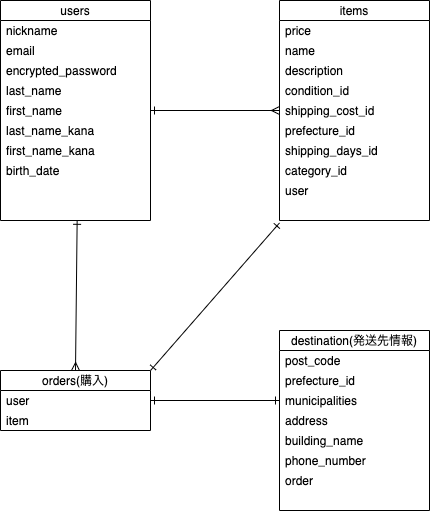
Before: ER.drawio.png, a diagram exported from draw.io (gaki-h/furima-37405). Source tidied: cells renumbered, new cells last; positions are measured from the earlier drawing's top-left corner, leaving out a move shared by most shapes.
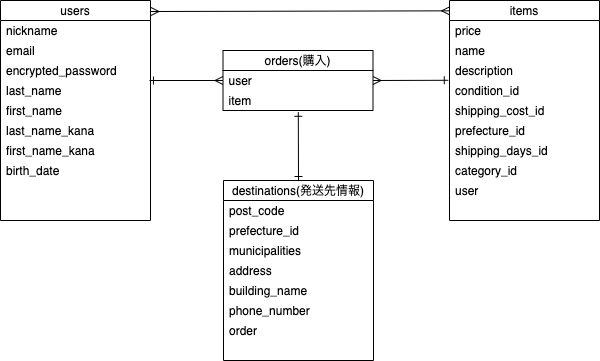
After the commit.

Change to the diagram source:
```diff
@@ -2,9 +2,6 @@
   <root>
     <mxCell id="0" />
     <mxCell id="1" parent="0" />
-    <mxCell id="2" style="edgeStyle=none;html=1;exitX=1;exitY=0.5;exitDx=0;exitDy=0;entryX=0;entryY=0.5;entryDx=0;entryDy=0;startArrow=ERone;startFill=0;endArrow=ERmany;endFill=0;elbow=vertical;" parent="1" edge="1" source="3" target="19">
-      <mxGeometry relative="1" as="geometry" />
-    </mxCell>
     <mxCell id="3" value="users" style="swimlane;fontStyle=0;horizontal=1;startSize=20;" parent="1" vertex="1">
       <mxGeometry width="150" height="220" as="geometry" />
     </mxCell>
@@ -39,7 +36,7 @@
       <mxGeometry y="200" width="150" height="20" as="geometry" />
     </mxCell>
     <mxCell id="14" value="items" style="swimlane;fontStyle=0;horizontal=1;startSize=20;" parent="1" vertex="1">
-      <mxGeometry x="279" width="150" height="220" as="geometry" />
+      <mxGeometry x="449" width="150" height="220" as="geometry" />
     </mxCell>
     <mxCell id="15" value="price" style="text;strokeColor=none;fillColor=none;align=left;verticalAlign=middle;spacingLeft=4;spacingRight=4;overflow=hidden;" parent="14" vertex="1">
       <mxGeometry y="20" width="150" height="20" as="geometry" />
@@ -71,8 +68,11 @@
     <mxCell id="24" style="text;strokeColor=none;fillColor=none;align=left;verticalAlign=middle;spacingLeft=4;spacingRight=4;overflow=hidden;points=[[0,0.5],[1,0.5]];portConstraint=eastwest;" parent="14" vertex="1">
       <mxGeometry y="200" width="150" height="20" as="geometry" />
     </mxCell>
+    <mxCell id="40" style="edgeStyle=none;html=1;exitX=0.5;exitY=0;exitDx=0;exitDy=0;entryX=0.502;entryY=1.089;entryDx=0;entryDy=0;entryPerimeter=0;startArrow=ERone;startFill=0;endArrow=ERone;endFill=0;elbow=vertical;" parent="1" edge="1" source="25" target="38">
+      <mxGeometry relative="1" as="geometry" />
+    </mxCell>
-    <mxCell id="25" value="destination(発送先情報)" style="swimlane;fontStyle=0;horizontal=1;startSize=20;" parent="1" vertex="1">
-      <mxGeometry x="279" y="330" width="150" height="180" as="geometry" />
+    <mxCell id="25" value="destinations(発送先情報)" style="swimlane;fontStyle=0;horizontal=1;startSize=20;" parent="1" vertex="1">
+      <mxGeometry x="223" y="180" width="150" height="180" as="geometry" />
     </mxCell>
     <mxCell id="26" value="post_code" style="text;strokeColor=none;fillColor=none;align=left;verticalAlign=middle;spacingLeft=4;spacingRight=4;overflow=hidden;" parent="25" vertex="1">
       <mxGeometry y="20" width="150" height="20" as="geometry" />
@@ -98,14 +98,8 @@
     <mxCell id="33" style="text;strokeColor=none;fillColor=none;align=left;verticalAlign=middle;spacingLeft=4;spacingRight=4;overflow=hidden;" parent="25" vertex="1">
       <mxGeometry y="160" width="150" height="20" as="geometry" />
     </mxCell>
-    <mxCell id="34" style="edgeStyle=none;html=1;exitX=0.5;exitY=0;exitDx=0;exitDy=0;entryX=0.511;entryY=0.991;entryDx=0;entryDy=0;entryPerimeter=0;startArrow=ERmany;startFill=0;endArrow=ERone;endFill=0;elbow=vertical;" parent="1" edge="1" source="36" target="13">
-      <mxGeometry relative="1" as="geometry" />
-    </mxCell>
-    <mxCell id="35" style="edgeStyle=none;html=1;exitX=1;exitY=0;exitDx=0;exitDy=0;entryX=0;entryY=1.122;entryDx=0;entryDy=0;entryPerimeter=0;startArrow=ERone;startFill=0;endArrow=ERone;endFill=0;elbow=vertical;" parent="1" edge="1" source="36" target="24">
-      <mxGeometry relative="1" as="geometry" />
-    </mxCell>
     <mxCell id="36" value="orders(購入)" style="swimlane;fontStyle=0;horizontal=1;startSize=20;" parent="1" vertex="1">
-      <mxGeometry y="370" width="150" height="60" as="geometry" />
+      <mxGeometry x="222.5" y="50" width="150" height="60" as="geometry" />
     </mxCell>
     <mxCell id="37" value="user" style="text;strokeColor=none;fillColor=none;align=left;verticalAlign=middle;spacingLeft=4;spacingRight=4;overflow=hidden;points=[[0,0.5],[1,0.5]];portConstraint=eastwest;" parent="36" vertex="1">
       <mxGeometry y="20" width="150" height="20" as="geometry" />
@@ -113,8 +107,16 @@
     <mxCell id="38" value="item" style="text;strokeColor=none;fillColor=none;align=left;verticalAlign=middle;spacingLeft=4;spacingRight=4;overflow=hidden;points=[[0,0.5],[1,0.5]];portConstraint=eastwest;" parent="36" vertex="1">
       <mxGeometry y="40" width="150" height="20" as="geometry" />
     </mxCell>
-    <mxCell id="39" style="edgeStyle=none;html=1;exitX=1;exitY=0.5;exitDx=0;exitDy=0;entryX=0;entryY=0.5;entryDx=0;entryDy=0;startArrow=ERone;startFill=0;endArrow=ERone;endFill=0;elbow=vertical;" parent="1" edge="1" source="37" target="28">
-      <mxGeometry relative="1" as="geometry" />
-    </mxCell>
+    <mxCell id="41" style="edgeStyle=none;html=1;exitX=1;exitY=0.5;exitDx=0;exitDy=0;entryX=-0.008;entryY=-0.011;entryDx=0;entryDy=0;entryPerimeter=0;startArrow=ERmany;startFill=0;endArrow=ERone;endFill=0;elbow=vertical;" parent="1" edge="1" source="37" target="18">
+      <mxGeometry relative="1" as="geometry" />
+    </mxCell>
+    <mxCell id="42" style="edgeStyle=none;html=1;exitX=0;exitY=0.5;exitDx=0;exitDy=0;startArrow=ERmany;startFill=0;endArrow=ERone;endFill=0;elbow=vertical;" parent="1" edge="1" source="37">
+      <mxGeometry relative="1" as="geometry">
+        <mxPoint x="149" y="80" as="targetPoint" />
+      </mxGeometry>
+    </mxCell>
+    <mxCell id="43" style="edgeStyle=none;html=1;entryX=0.001;entryY=0.047;entryDx=0;entryDy=0;entryPerimeter=0;startArrow=ERmany;startFill=0;endArrow=ERmany;endFill=0;elbow=vertical;exitX=1.003;exitY=0.05;exitDx=0;exitDy=0;exitPerimeter=0;" parent="1" edge="1" source="3" target="14">
+      <mxGeometry relative="1" as="geometry" />
+    </mxCell>
   </root>
 </mxGraphModel>
```
